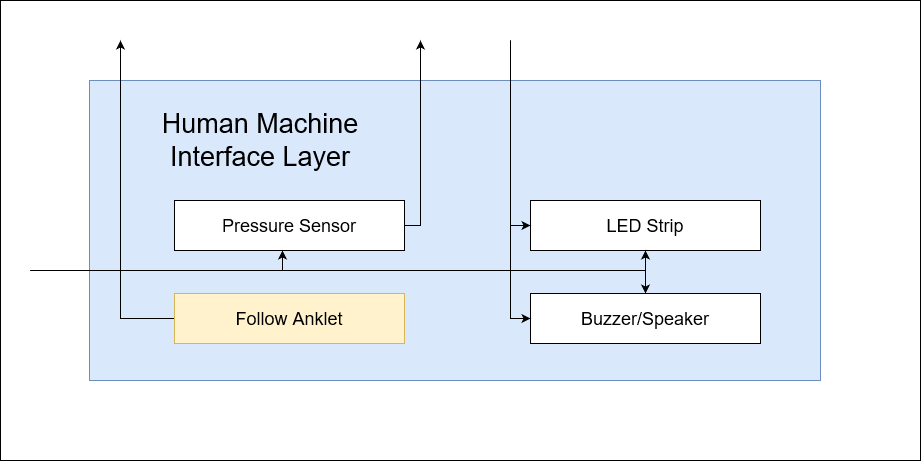
TuringBoard/ADS keeps this draw.io diagram as ADS Latex/images/Kendall/Anklet.png. Above is the earlier version. Source tidied: cells renumbered, new cells last; positions are measured from the earlier drawing's top-left corner, leaving out a move shared by most shapes.
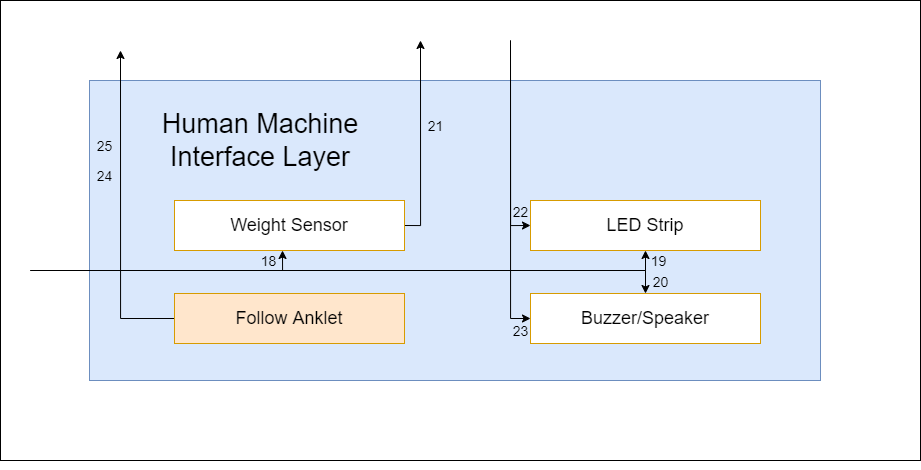
After the change.

The edit, as a diff of the source:
```diff
@@ -11,7 +11,7 @@
     <mxCell id="4" value="Human Machine Interface Layer" style="text;html=1;strokeColor=none;fillColor=none;align=center;verticalAlign=middle;whiteSpace=wrap;rounded=0;fontSize=27;" parent="1" vertex="1">
       <mxGeometry x="110" y="110" width="300" height="60" as="geometry" />
     </mxCell>
-    <mxCell id="5" value="LED Strip" style="rounded=0;whiteSpace=wrap;html=1;fontSize=18;" parent="1" vertex="1">
+    <mxCell id="5" value="LED Strip" style="rounded=0;whiteSpace=wrap;html=1;fontSize=18;fillColor=#FFFFFF;strokeColor=#d79b00;" parent="1" vertex="1">
       <mxGeometry x="530" y="200" width="230" height="50" as="geometry" />
     </mxCell>
     <mxCell id="6" style="edgeStyle=orthogonalEdgeStyle;rounded=0;jettySize=auto;html=1;exitX=1;exitY=0.5;exitDx=0;exitDy=0;" parent="1" edge="1" source="7">
@@ -22,21 +22,21 @@
         </Array>
       </mxGeometry>
     </mxCell>
-    <mxCell id="7" value="Pressure Sensor" style="rounded=0;whiteSpace=wrap;html=1;fontSize=18;" parent="1" vertex="1">
+    <mxCell id="7" value="Weight Sensor" style="rounded=0;whiteSpace=wrap;html=1;fontSize=18;fillColor=#FFFFFF;strokeColor=#d79b00;" parent="1" vertex="1">
       <mxGeometry x="174" y="200" width="230" height="50" as="geometry" />
     </mxCell>
-    <mxCell id="8" value="&lt;div&gt;Buzzer/Speaker&lt;/div&gt;" style="rounded=0;whiteSpace=wrap;html=1;fontSize=18;" parent="1" vertex="1">
+    <mxCell id="8" value="&lt;div&gt;Buzzer/Speaker&lt;/div&gt;" style="rounded=0;whiteSpace=wrap;html=1;fontSize=18;fillColor=#FFFFFF;strokeColor=#d79b00;" parent="1" vertex="1">
       <mxGeometry x="530" y="293" width="230" height="50" as="geometry" />
     </mxCell>
-    <mxCell id="9" style="edgeStyle=orthogonalEdgeStyle;rounded=0;jettySize=auto;html=1;" parent="1" edge="1" source="10">
+    <mxCell id="9" style="edgeStyle=orthogonalEdgeStyle;rounded=0;jettySize=auto;html=1;entryX=0.5;entryY=1;entryDx=0;entryDy=0;" parent="1" edge="1" source="10">
       <mxGeometry relative="1" as="geometry">
-        <mxPoint x="120" y="40" as="targetPoint" />
+        <mxPoint x="120" y="50" as="targetPoint" />
         <Array as="points">
           <mxPoint x="120" y="318" />
         </Array>
       </mxGeometry>
     </mxCell>
-    <mxCell id="10" value="Follow Anklet" style="rounded=0;whiteSpace=wrap;html=1;fontSize=18;fillColor=#fff2cc;strokeColor=#d6b656;" parent="1" vertex="1">
+    <mxCell id="10" value="Follow Anklet" style="rounded=0;whiteSpace=wrap;html=1;fontSize=18;fillColor=#ffe6cc;strokeColor=#d79b00;" parent="1" vertex="1">
       <mxGeometry x="174" y="293" width="230" height="50" as="geometry" />
     </mxCell>
     <mxCell id="11" style="edgeStyle=orthogonalEdgeStyle;rounded=0;jettySize=auto;html=1;entryX=0;entryY=0.5;entryDx=0;entryDy=0;" parent="1" edge="1" target="5">
@@ -74,5 +74,29 @@
     <mxCell id="16" style="edgeStyle=orthogonalEdgeStyle;rounded=0;orthogonalLoop=1;jettySize=auto;html=1;exitX=0.5;exitY=1;exitDx=0;exitDy=0;" parent="1" edge="1" source="2" target="2">
       <mxGeometry relative="1" as="geometry" />
     </mxCell>
+    <mxCell id="17" value="&lt;font style=&quot;font-size: 14px&quot;&gt;21&lt;br&gt;&lt;/font&gt;" style="text;html=1;align=center;verticalAlign=middle;strokeColor=none;fillColor=none;fontSize=18;" parent="1" vertex="1">
+      <mxGeometry x="420" y="110" width="30" height="30" as="geometry" />
+    </mxCell>
+    <mxCell id="18" value="&lt;font style=&quot;font-size: 14px&quot;&gt;18&lt;br&gt;&lt;/font&gt;" style="text;html=1;align=center;verticalAlign=middle;strokeColor=none;fillColor=none;fontSize=18;" parent="1" vertex="1">
+      <mxGeometry x="253" y="245" width="30" height="30" as="geometry" />
+    </mxCell>
+    <mxCell id="19" value="&lt;font style=&quot;font-size: 14px&quot;&gt;22&lt;br&gt;&lt;/font&gt;" style="text;html=1;align=center;verticalAlign=middle;strokeColor=none;fillColor=none;fontSize=18;" parent="1" vertex="1">
+      <mxGeometry x="505" y="196" width="30" height="30" as="geometry" />
+    </mxCell>
+    <mxCell id="20" value="&lt;font style=&quot;font-size: 14px&quot;&gt;23&lt;br&gt;&lt;/font&gt;" style="text;html=1;align=center;verticalAlign=middle;strokeColor=none;fillColor=none;fontSize=18;" parent="1" vertex="1">
+      <mxGeometry x="505" y="315" width="30" height="30" as="geometry" />
+    </mxCell>
+    <mxCell id="21" value="&lt;font style=&quot;font-size: 14px&quot;&gt;19&lt;br&gt;&lt;/font&gt;" style="text;html=1;align=center;verticalAlign=middle;strokeColor=none;fillColor=none;fontSize=18;" parent="1" vertex="1">
+      <mxGeometry x="643" y="245" width="30" height="30" as="geometry" />
+    </mxCell>
+    <mxCell id="22" value="&lt;font style=&quot;font-size: 14px&quot;&gt;20&lt;br&gt;&lt;/font&gt;" style="text;html=1;align=center;verticalAlign=middle;strokeColor=none;fillColor=none;fontSize=18;" parent="1" vertex="1">
+      <mxGeometry x="645" y="266" width="30" height="30" as="geometry" />
+    </mxCell>
+    <mxCell id="23" value="&lt;font style=&quot;font-size: 14px&quot;&gt;25&lt;br&gt;&lt;/font&gt;" style="text;html=1;align=center;verticalAlign=middle;strokeColor=none;fillColor=none;fontSize=18;" parent="1" vertex="1">
+      <mxGeometry x="89" y="130" width="30" height="30" as="geometry" />
+    </mxCell>
+    <mxCell id="24" value="&lt;font style=&quot;font-size: 14px&quot;&gt;24&lt;br&gt;&lt;/font&gt;" style="text;html=1;align=center;verticalAlign=middle;strokeColor=none;fillColor=none;fontSize=18;" parent="1" vertex="1">
+      <mxGeometry x="89" y="160" width="30" height="30" as="geometry" />
+    </mxCell>
   </root>
 </mxGraphModel>
```
